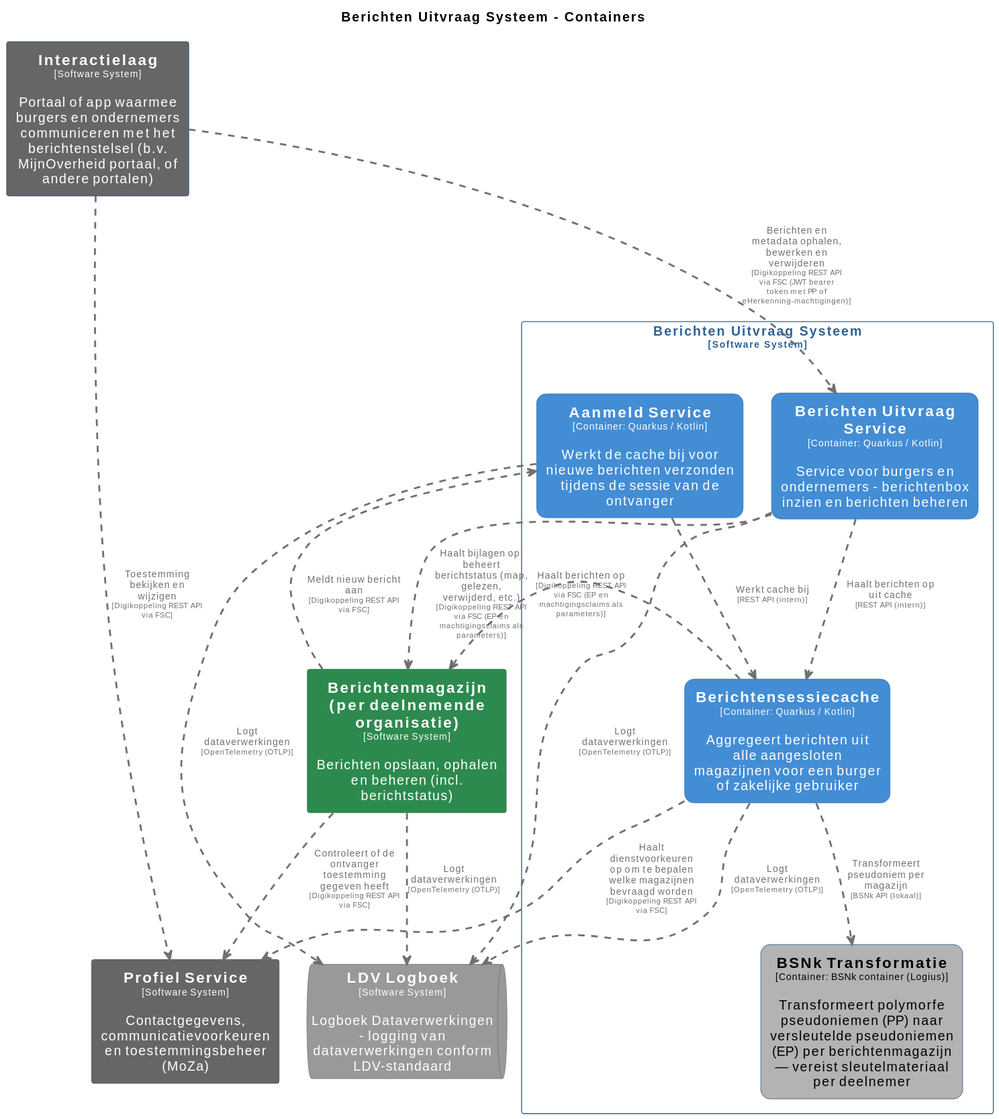
The PlantUML diagram pr-preview/pr-22/master/svg/BerichtenUitvraagSysteemContainers.svg in MinBZK/moza-poc-fbs-berichtenbox, before a commit. Its source is kept beside it as pr-preview/pr-22/master/puml/BerichtenUitvraagSysteemContainers.puml.
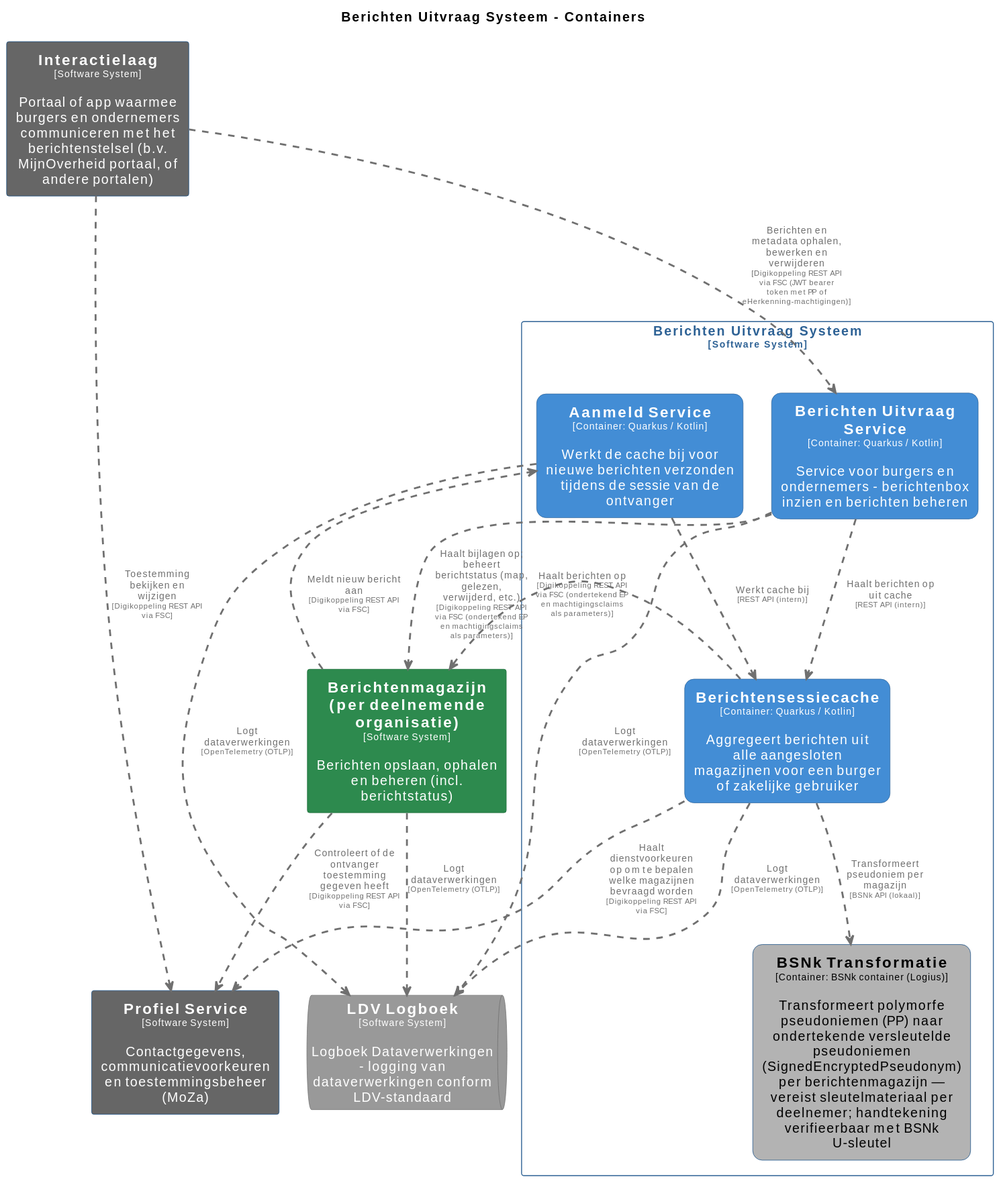
After the change.

What changed in the source:
```diff
@@ -81,13 +81,13 @@
 rectangle "Berichten Uitvraag Systeem\n<size:10>[Software System]</size>" <<BerichtenUitvraagSysteem>> {
   rectangle "==Berichtensessiecache\n<size:10>[Container: Quarkus / Kotlin]</size>\n\nAggregeert berichten uit alle aangesloten magazijnen voor een burger of zakelijke gebruiker" <<BerichtenUitvraagSysteem.Berichtensessiecache>> as BerichtenUitvraagSysteem.Berichtensessiecache
   rectangle "==Berichten Uitvraag Service\n<size:10>[Container: Quarkus / Kotlin]</size>\n\nService voor burgers en ondernemers - berichtenbox inzien en berichten beheren" <<BerichtenUitvraagSysteem.BerichtenUitvraagService>> as BerichtenUitvraagSysteem.BerichtenUitvraagService
-  rectangle "==BSNk Transformatie\n<size:10>[Container: BSNk container (Logius)]</size>\n\nTransformeert polymorfe pseudoniemen (PP) naar versleutelde pseudoniemen (EP) per berichtenmagazijn — vereist sleutelmateriaal per deelnemer" <<BerichtenUitvraagSysteem.BSNkTransformatie>> as BerichtenUitvraagSysteem.BSNkTransformatie
+  rectangle "==BSNk Transformatie\n<size:10>[Container: BSNk container (Logius)]</size>\n\nTransformeert polymorfe pseudoniemen (PP) naar ondertekende versleutelde pseudoniemen (SignedEncryptedPseudonym) per berichtenmagazijn — vereist sleutelmateriaal per deelnemer; handtekening verifieerbaar met BSNk U-sleutel" <<BerichtenUitvraagSysteem.BSNkTransformatie>> as BerichtenUitvraagSysteem.BSNkTransformatie
   rectangle "==Aanmeld Service\n<size:10>[Container: Quarkus / Kotlin]</size>\n\nWerkt de cache bij voor nieuwe berichten verzonden tijdens de sessie van de ontvanger" <<BerichtenUitvraagSysteem.AanmeldService>> as BerichtenUitvraagSysteem.AanmeldService
 }
 
 Berichtenmagazijnperdeelnemendeorganisatie .[#707070,thickness=2].> ProfielService : "<color:#707070>Controleert of de ontvanger toestemming gegeven heeft\n<color:#707070><size:8>[Digikoppeling REST API via FSC]</size>"
 BerichtenUitvraagSysteem.Berichtensessiecache .[#707070,thickness=2].> ProfielService : "<color:#707070>Haalt dienstvoorkeuren op om te bepalen welke magazijnen bevraagd worden\n<color:#707070><size:8>[Digikoppeling REST API via FSC]</size>"
-BerichtenUitvraagSysteem.Berichtensessiecache .[#707070,thickness=2].> Berichtenmagazijnperdeelnemendeorganisatie : "<color:#707070>Haalt berichten op\n<color:#707070><size:8>[Digikoppeling REST API via FSC (EP en machtigingsclaims als parameters)]</size>"
+BerichtenUitvraagSysteem.Berichtensessiecache .[#707070,thickness=2].> Berichtenmagazijnperdeelnemendeorganisatie : "<color:#707070>Haalt berichten op\n<color:#707070><size:8>[Digikoppeling REST API via FSC (ondertekend EP en machtigingsclaims als parameters)]</size>"
 Berichtenmagazijnperdeelnemendeorganisatie .[#707070,thickness=2].> LDVLogboek : "<color:#707070>Logt dataverwerkingen\n<color:#707070><size:8>[OpenTelemetry (OTLP)]</size>"
 BerichtenUitvraagSysteem.Berichtensessiecache .[#707070,thickness=2].> LDVLogboek : "<color:#707070>Logt dataverwerkingen\n<color:#707070><size:8>[OpenTelemetry (OTLP)]</size>"
 BerichtenUitvraagSysteem.BerichtenUitvraagService .[#707070,thickness=2].> LDVLogboek : "<color:#707070>Logt dataverwerkingen\n<color:#707070><size:8>[OpenTelemetry (OTLP)]</size>"
@@ -97,6 +97,6 @@
 BerichtenUitvraagSysteem.BerichtenUitvraagService .[#707070,thickness=2].> BerichtenUitvraagSysteem.Berichtensessiecache : "<color:#707070>Haalt berichten op uit cache\n<color:#707070><size:8>[REST API (intern)]</size>"
 Interactielaag .[#707070,thickness=2].> BerichtenUitvraagSysteem.BerichtenUitvraagService : "<color:#707070>Berichten en metadata ophalen, bewerken en verwijderen\n<color:#707070><size:8>[Digikoppeling REST API via FSC (JWT bearer token met PP of eHerkenning-machtigingen)]</size>"
 Interactielaag .[#707070,thickness=2].> ProfielService : "<color:#707070>Toestemming bekijken en wijzigen\n<color:#707070><size:8>[Digikoppeling REST API via FSC]</size>"
-BerichtenUitvraagSysteem.BerichtenUitvraagService .[#707070,thickness=2].> Berichtenmagazijnperdeelnemendeorganisatie : "<color:#707070>Haalt bijlagen op; beheert berichtstatus (map, gelezen, verwijderd, etc.)\n<color:#707070><size:8>[Digikoppeling REST API via FSC (EP en machtigingsclaims als parameters)]</size>"
+BerichtenUitvraagSysteem.BerichtenUitvraagService .[#707070,thickness=2].> Berichtenmagazijnperdeelnemendeorganisatie : "<color:#707070>Haalt bijlagen op; beheert berichtstatus (map, gelezen, verwijderd, etc.)\n<color:#707070><size:8>[Digikoppeling REST API via FSC (ondertekend EP en machtigingsclaims als parameters)]</size>"
 Berichtenmagazijnperdeelnemendeorganisatie .[#707070,thickness=2].> BerichtenUitvraagSysteem.AanmeldService : "<color:#707070>Meldt nieuw bericht aan\n<color:#707070><size:8>[Digikoppeling REST API via FSC]</size>"
 @enduml
```
